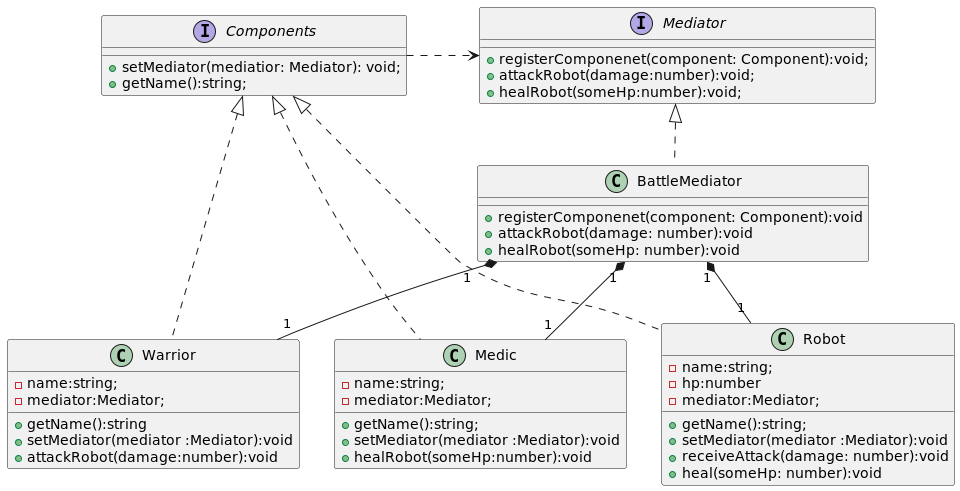
Earlier version of the PlantUML export diagrams/Mediator/img/iteration1.png (AbrahamOsco/DsPatterns).
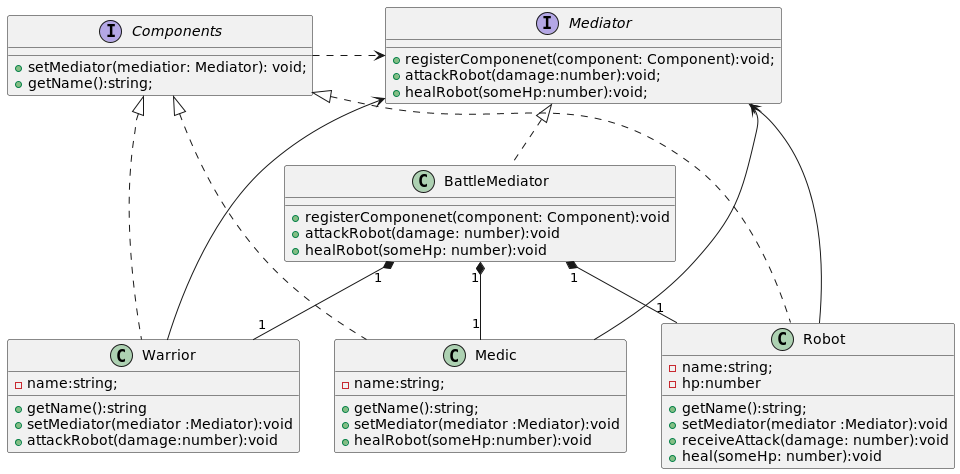
Above is the later version.

Commit message:
update diagrams mediator and readme

What changed in the source:
```diff
@@ -5,14 +5,12 @@
 }
 class Warrior{
     -name:string;
-    -mediator:Mediator;
     +getName():string
     +setMediator(mediator :Mediator):void
     +attackRobot(damage:number):void
 }
 class Medic{
     -name:string;
-    -mediator:Mediator;
     +getName():string;
     +setMediator(mediator :Mediator):void
     +healRobot(someHp:number):void
@@ -21,7 +19,6 @@
 class Robot{
     -name:string;
     -hp:number
-    -mediator:Mediator;
     +getName():string;
     +setMediator(mediator :Mediator):void
     +receiveAttack(damage: number):void
@@ -46,5 +43,8 @@
 BattleMediator "1" *-- "1" Warrior
 BattleMediator "1" *-- "1" Robot
 BattleMediator "1" *-- "1" Medic
+Warrior --> Mediator
+Robot --> Mediator
+Medic --> Mediator
 
 @enduml
```
